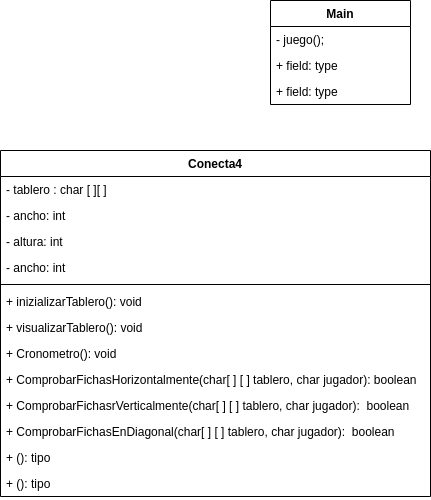
This is out/production/JuegoConecta4/estructuraConecta4.png from Daruuu/JuegoConecta4, a draw.io export, as it was before one commit. Source tidied: cells renumbered, new cells last; positions are measured from the earlier drawing's top-left corner, leaving out a move shared by most shapes. The source it was exported from:
```xml
<mxGraphModel>
  <root>
    <mxCell id="0" />
    <mxCell id="1" parent="0" />
    <mxCell id="2" value="Conecta4" style="swimlane;fontStyle=1;align=center;verticalAlign=top;horizontal=1;startSize=26;" parent="1" vertex="1">
      <mxGeometry y="150" width="430" height="346" as="geometry" />
    </mxCell>
    <mxCell id="3" value="- tablero : char [ ][ ]" style="text;strokeColor=none;fillColor=none;align=left;verticalAlign=top;spacingLeft=4;spacingRight=4;overflow=hidden;" parent="2" vertex="1">
      <mxGeometry y="26" width="430" height="26" as="geometry" />
    </mxCell>
    <mxCell id="4" value="- ancho: int" style="text;strokeColor=none;fillColor=none;align=left;verticalAlign=top;spacingLeft=4;spacingRight=4;overflow=hidden;" parent="2" vertex="1">
      <mxGeometry y="52" width="430" height="26" as="geometry" />
    </mxCell>
    <mxCell id="5" value="- altura: int" style="text;strokeColor=none;fillColor=none;align=left;verticalAlign=top;spacingLeft=4;spacingRight=4;overflow=hidden;" parent="2" vertex="1">
      <mxGeometry y="78" width="430" height="26" as="geometry" />
    </mxCell>
    <mxCell id="6" value="- ancho: int" style="text;strokeColor=none;fillColor=none;align=left;verticalAlign=top;spacingLeft=4;spacingRight=4;overflow=hidden;" parent="2" vertex="1">
      <mxGeometry y="104" width="430" height="26" as="geometry" />
    </mxCell>
    <mxCell id="7" style="line;strokeWidth=1;fillColor=none;align=left;verticalAlign=middle;spacingTop=-1;spacingLeft=3;spacingRight=3;labelPosition=right;strokeColor=inherit;" parent="2" vertex="1">
      <mxGeometry y="130" width="430" height="8" as="geometry" />
    </mxCell>
    <mxCell id="8" value="+ inizializarTablero(): void" style="text;strokeColor=none;fillColor=none;align=left;verticalAlign=top;spacingLeft=4;spacingRight=4;overflow=hidden;" parent="2" vertex="1">
      <mxGeometry y="138" width="430" height="26" as="geometry" />
    </mxCell>
    <mxCell id="9" value="+ visualizarTablero(): void" style="text;strokeColor=none;fillColor=none;align=left;verticalAlign=top;spacingLeft=4;spacingRight=4;overflow=hidden;" parent="2" vertex="1">
      <mxGeometry y="164" width="430" height="26" as="geometry" />
    </mxCell>
    <mxCell id="10" value="+ Cronometro(): void" style="text;strokeColor=none;fillColor=none;align=left;verticalAlign=top;spacingLeft=4;spacingRight=4;overflow=hidden;" parent="2" vertex="1">
      <mxGeometry y="190" width="430" height="26" as="geometry" />
    </mxCell>
    <mxCell id="11" value="+ ComprobarFichasHorizontalmente(char[ ] [ ] tablero, char jugador): boolean" style="text;strokeColor=none;fillColor=none;align=left;verticalAlign=top;spacingLeft=4;spacingRight=4;overflow=hidden;" parent="2" vertex="1">
      <mxGeometry y="216" width="430" height="26" as="geometry" />
    </mxCell>
    <mxCell id="12" value="+ ComprobarFichasrVerticalmente(char[ ] [ ] tablero, char jugador):  boolean" style="text;strokeColor=none;fillColor=none;align=left;verticalAlign=top;spacingLeft=4;spacingRight=4;overflow=hidden;" parent="2" vertex="1">
      <mxGeometry y="242" width="430" height="26" as="geometry" />
    </mxCell>
    <mxCell id="13" value="+ ComprobarFichasEnDiagonal(char[ ] [ ] tablero, char jugador):  boolean" style="text;strokeColor=none;fillColor=none;align=left;verticalAlign=top;spacingLeft=4;spacingRight=4;overflow=hidden;" parent="2" vertex="1">
      <mxGeometry y="268" width="430" height="26" as="geometry" />
    </mxCell>
    <mxCell id="14" value="+ (): tipo" style="text;strokeColor=none;fillColor=none;align=left;verticalAlign=top;spacingLeft=4;spacingRight=4;overflow=hidden;" parent="2" vertex="1">
      <mxGeometry y="294" width="430" height="26" as="geometry" />
    </mxCell>
    <mxCell id="15" value="+ (): tipo" style="text;strokeColor=none;fillColor=none;align=left;verticalAlign=top;spacingLeft=4;spacingRight=4;overflow=hidden;" parent="2" vertex="1">
      <mxGeometry y="320" width="430" height="26" as="geometry" />
    </mxCell>
    <mxCell id="16" value="Main" style="swimlane;fontStyle=1;horizontal=1;startSize=26;fillColor=none;" parent="1" vertex="1">
      <mxGeometry x="270" width="140" height="104" as="geometry" />
    </mxCell>
    <mxCell id="17" value="- juego();" style="text;strokeColor=none;fillColor=none;align=left;verticalAlign=top;spacingLeft=4;spacingRight=4;overflow=hidden;" parent="16" vertex="1">
      <mxGeometry y="26" width="140" height="26" as="geometry" />
    </mxCell>
    <mxCell id="18" value="+ field: type" style="text;strokeColor=none;fillColor=none;align=left;verticalAlign=top;spacingLeft=4;spacingRight=4;overflow=hidden;" parent="16" vertex="1">
      <mxGeometry y="52" width="140" height="26" as="geometry" />
    </mxCell>
    <mxCell id="19" value="+ field: type" style="text;strokeColor=none;fillColor=none;align=left;verticalAlign=top;spacingLeft=4;spacingRight=4;overflow=hidden;" parent="16" vertex="1">
      <mxGeometry y="78" width="140" height="26" as="geometry" />
    </mxCell>
  </root>
</mxGraphModel>
```
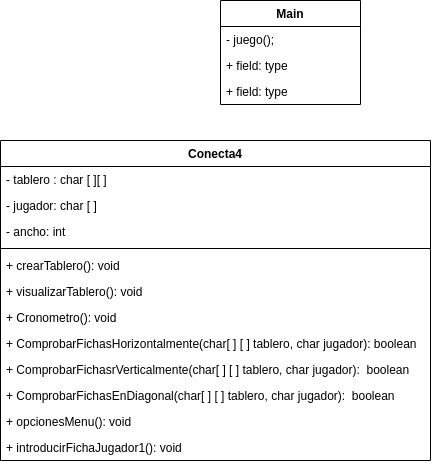
After the change.

What changed in the source:
```diff
@@ -3,46 +3,43 @@
     <mxCell id="0" />
     <mxCell id="1" parent="0" />
     <mxCell id="2" value="Conecta4" style="swimlane;fontStyle=1;align=center;verticalAlign=top;horizontal=1;startSize=26;" parent="1" vertex="1">
-      <mxGeometry y="150" width="430" height="346" as="geometry" />
+      <mxGeometry x="50" y="140" width="430" height="320" as="geometry" />
     </mxCell>
     <mxCell id="3" value="- tablero : char [ ][ ]" style="text;strokeColor=none;fillColor=none;align=left;verticalAlign=top;spacingLeft=4;spacingRight=4;overflow=hidden;" parent="2" vertex="1">
       <mxGeometry y="26" width="430" height="26" as="geometry" />
     </mxCell>
-    <mxCell id="4" value="- ancho: int" style="text;strokeColor=none;fillColor=none;align=left;verticalAlign=top;spacingLeft=4;spacingRight=4;overflow=hidden;" parent="2" vertex="1">
-      <mxGeometry y="52" width="430" height="26" as="geometry" />
-    </mxCell>
-    <mxCell id="5" value="- altura: int" style="text;strokeColor=none;fillColor=none;align=left;verticalAlign=top;spacingLeft=4;spacingRight=4;overflow=hidden;" parent="2" vertex="1">
-      <mxGeometry y="78" width="430" height="26" as="geometry" />
+    <mxCell id="5" value="- jugador: char [ ]" style="text;strokeColor=none;fillColor=none;align=left;verticalAlign=top;spacingLeft=4;spacingRight=4;overflow=hidden;" parent="2" vertex="1">
+      <mxGeometry y="52" width="430" height="26" as="geometry" />
     </mxCell>
     <mxCell id="6" value="- ancho: int" style="text;strokeColor=none;fillColor=none;align=left;verticalAlign=top;spacingLeft=4;spacingRight=4;overflow=hidden;" parent="2" vertex="1">
-      <mxGeometry y="104" width="430" height="26" as="geometry" />
+      <mxGeometry y="78" width="430" height="26" as="geometry" />
     </mxCell>
     <mxCell id="7" style="line;strokeWidth=1;fillColor=none;align=left;verticalAlign=middle;spacingTop=-1;spacingLeft=3;spacingRight=3;labelPosition=right;strokeColor=inherit;" parent="2" vertex="1">
-      <mxGeometry y="130" width="430" height="8" as="geometry" />
+      <mxGeometry y="104" width="430" height="8" as="geometry" />
     </mxCell>
-    <mxCell id="8" value="+ inizializarTablero(): void" style="text;strokeColor=none;fillColor=none;align=left;verticalAlign=top;spacingLeft=4;spacingRight=4;overflow=hidden;" parent="2" vertex="1">
-      <mxGeometry y="138" width="430" height="26" as="geometry" />
+    <mxCell id="8" value="+ crearTablero(): void" style="text;strokeColor=none;fillColor=none;align=left;verticalAlign=top;spacingLeft=4;spacingRight=4;overflow=hidden;" parent="2" vertex="1">
+      <mxGeometry y="112" width="430" height="26" as="geometry" />
     </mxCell>
     <mxCell id="9" value="+ visualizarTablero(): void" style="text;strokeColor=none;fillColor=none;align=left;verticalAlign=top;spacingLeft=4;spacingRight=4;overflow=hidden;" parent="2" vertex="1">
-      <mxGeometry y="164" width="430" height="26" as="geometry" />
+      <mxGeometry y="138" width="430" height="26" as="geometry" />
     </mxCell>
     <mxCell id="10" value="+ Cronometro(): void" style="text;strokeColor=none;fillColor=none;align=left;verticalAlign=top;spacingLeft=4;spacingRight=4;overflow=hidden;" parent="2" vertex="1">
-      <mxGeometry y="190" width="430" height="26" as="geometry" />
+      <mxGeometry y="164" width="430" height="26" as="geometry" />
     </mxCell>
     <mxCell id="11" value="+ ComprobarFichasHorizontalmente(char[ ] [ ] tablero, char jugador): boolean" style="text;strokeColor=none;fillColor=none;align=left;verticalAlign=top;spacingLeft=4;spacingRight=4;overflow=hidden;" parent="2" vertex="1">
-      <mxGeometry y="216" width="430" height="26" as="geometry" />
+      <mxGeometry y="190" width="430" height="26" as="geometry" />
     </mxCell>
     <mxCell id="12" value="+ ComprobarFichasrVerticalmente(char[ ] [ ] tablero, char jugador):  boolean" style="text;strokeColor=none;fillColor=none;align=left;verticalAlign=top;spacingLeft=4;spacingRight=4;overflow=hidden;" parent="2" vertex="1">
-      <mxGeometry y="242" width="430" height="26" as="geometry" />
+      <mxGeometry y="216" width="430" height="26" as="geometry" />
     </mxCell>
     <mxCell id="13" value="+ ComprobarFichasEnDiagonal(char[ ] [ ] tablero, char jugador):  boolean" style="text;strokeColor=none;fillColor=none;align=left;verticalAlign=top;spacingLeft=4;spacingRight=4;overflow=hidden;" parent="2" vertex="1">
-      <mxGeometry y="268" width="430" height="26" as="geometry" />
+      <mxGeometry y="242" width="430" height="26" as="geometry" />
     </mxCell>
-    <mxCell id="14" value="+ (): tipo" style="text;strokeColor=none;fillColor=none;align=left;verticalAlign=top;spacingLeft=4;spacingRight=4;overflow=hidden;" parent="2" vertex="1">
-      <mxGeometry y="294" width="430" height="26" as="geometry" />
+    <mxCell id="14" value="+ opcionesMenu(): void" style="text;strokeColor=none;fillColor=none;align=left;verticalAlign=top;spacingLeft=4;spacingRight=4;overflow=hidden;" parent="2" vertex="1">
+      <mxGeometry y="268" width="430" height="26" as="geometry" />
     </mxCell>
-    <mxCell id="15" value="+ (): tipo" style="text;strokeColor=none;fillColor=none;align=left;verticalAlign=top;spacingLeft=4;spacingRight=4;overflow=hidden;" parent="2" vertex="1">
-      <mxGeometry y="320" width="430" height="26" as="geometry" />
+    <mxCell id="15" value="+ introducirFichaJugador1(): void" style="text;strokeColor=none;fillColor=none;align=left;verticalAlign=top;spacingLeft=4;spacingRight=4;overflow=hidden;" parent="2" vertex="1">
+      <mxGeometry y="294" width="430" height="26" as="geometry" />
     </mxCell>
     <mxCell id="16" value="Main" style="swimlane;fontStyle=1;horizontal=1;startSize=26;fillColor=none;" parent="1" vertex="1">
       <mxGeometry x="270" width="140" height="104" as="geometry" />
```
